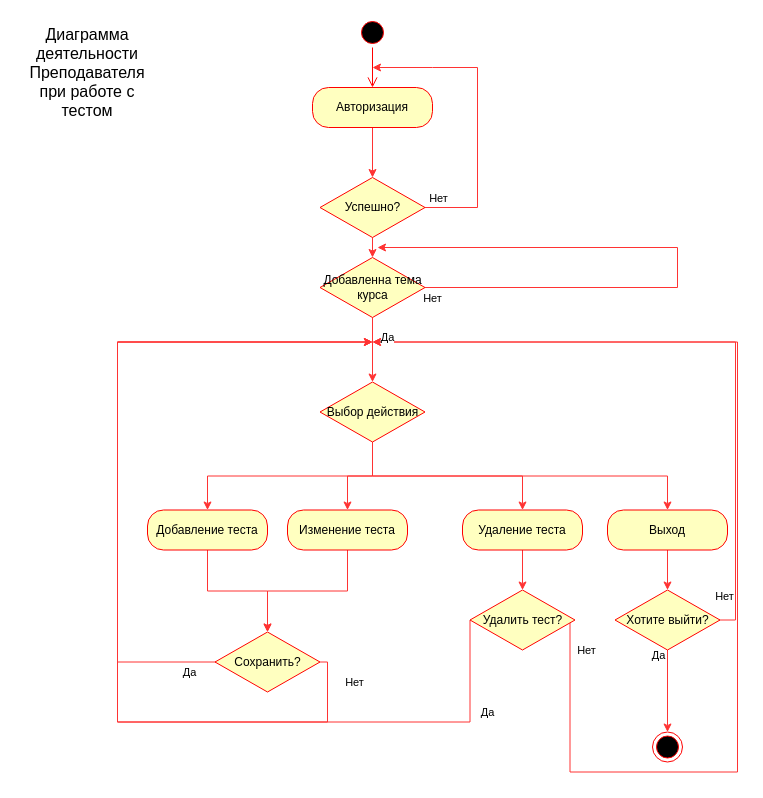
Before: page "Activity Teacher - Test" (13 of 14) of UML.drawio in FaridunSalimzoda/myvkr, a draw.io diagram. Source tidied: cells renumbered, new cells numbered last; positions are measured from the earlier drawing's top-left corner, leaving out a move shared by most shapes. Both pictures are drawn from the tidied source at 100%, with x=0, y=0 at pixel (17, 17).
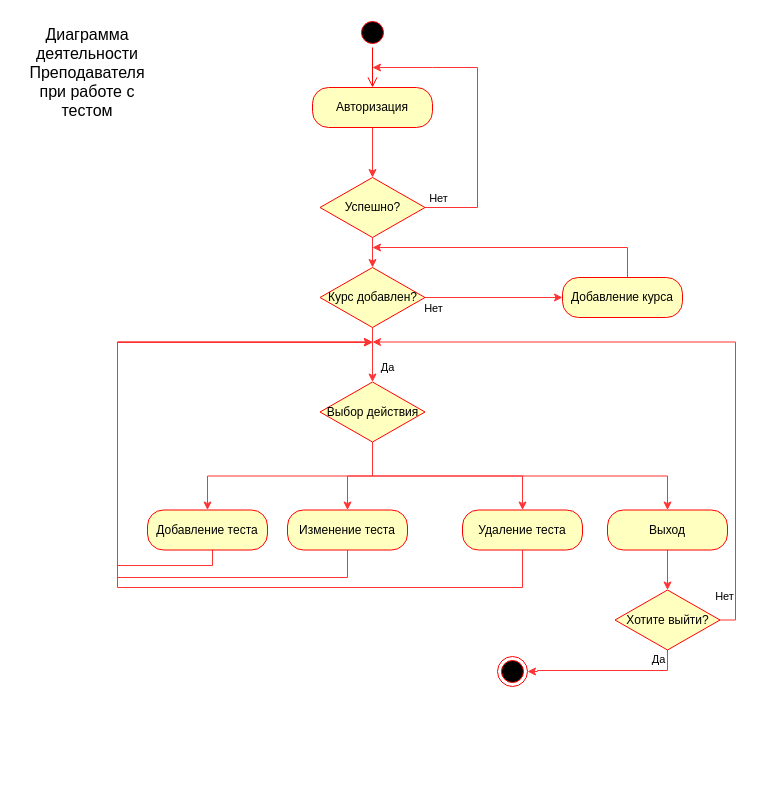
After the change.

The change refers to these unchanged cells:
```xml
<mxCell id="9" value="Успешно?" style="rhombus;whiteSpace=wrap;html=1;fillColor=#ffffc0;strokeColor=#ff0000;" parent="1" vertex="1">
  <mxGeometry x="302.5" y="160" width="105" height="60" as="geometry" />
</mxCell>
<mxCell id="12" value="Добавление теста" style="rounded=1;whiteSpace=wrap;html=1;arcSize=40;fontColor=#000000;fillColor=#ffffc0;strokeColor=#ff0000;" parent="1" vertex="1">
  <mxGeometry x="130" y="492.5" width="120" height="40" as="geometry" />
</mxCell>
<mxCell id="14" value="Изменение теста" style="rounded=1;whiteSpace=wrap;html=1;arcSize=40;fontColor=#000000;fillColor=#ffffc0;strokeColor=#ff0000;" parent="1" vertex="1">
  <mxGeometry x="270" y="492.5" width="120" height="40" as="geometry" />
</mxCell>
<mxCell id="16" value="Удаление теста" style="rounded=1;whiteSpace=wrap;html=1;arcSize=40;fontColor=#000000;fillColor=#ffffc0;strokeColor=#ff0000;" parent="1" vertex="1">
  <mxGeometry x="445" y="492.5" width="120" height="40" as="geometry" />
</mxCell>
<mxCell id="33" value="Хотите выйти?" style="rhombus;whiteSpace=wrap;html=1;fillColor=#ffffc0;strokeColor=#ff0000;" parent="1" vertex="1">
  <mxGeometry x="597.5" y="572.5" width="105" height="60" as="geometry" />
</mxCell>
<mxCell id="38" value="Выбор действия" style="rhombus;whiteSpace=wrap;html=1;fillColor=#ffffc0;strokeColor=#ff0000;" parent="1" vertex="1">
  <mxGeometry x="302.5" y="364.5" width="105" height="60" as="geometry" />
</mxCell>
```

Change to the diagram source:
```diff
@@
-    <mxCell id="8" style="edgeStyle=orthogonalEdgeStyle;rounded=0;jettySize=auto;html=1;exitX=0.5;exitY=1;exitDx=0;exitDy=0;entryX=0.5;entryY=0;entryDx=0;entryDy=0;strokeColor=#FF3333;" parent="1" edge="1" source="9" target="42">
+    <mxCell id="8" style="edgeStyle=orthogonalEdgeStyle;rounded=0;jettySize=auto;html=1;exitX=0.5;exitY=1;exitDx=0;exitDy=0;entryX=0.5;entryY=0;entryDx=0;entryDy=0;strokeColor=#FF3333;" parent="1" edge="1" source="9" target="46">
       <mxGeometry relative="1" as="geometry" />
     </mxCell>
@@
-    <mxCell id="11" style="edgeStyle=orthogonalEdgeStyle;rounded=0;jettySize=auto;html=1;exitX=0.5;exitY=1;exitDx=0;exitDy=0;entryX=0.5;entryY=0;entryDx=0;entryDy=0;strokeColor=#FF3333;" parent="1" edge="1" source="12" target="22">
-      <mxGeometry relative="1" as="geometry" />
-    </mxCell>
+    <mxCell id="43" style="edgeStyle=orthogonalEdgeStyle;rounded=0;orthogonalLoop=1;jettySize=auto;html=1;exitX=0.5;exitY=1;exitDx=0;exitDy=0;strokeColor=#FF3333;" parent="1" edge="1">
+      <mxGeometry relative="1" as="geometry">
+        <mxPoint x="195" y="527.5" as="sourcePoint" />
+        <mxPoint x="355" y="325" as="targetPoint" />
+        <Array as="points">
+          <mxPoint x="195" y="548" />
+          <mxPoint x="100" y="548" />
+          <mxPoint x="100" y="325" />
+        </Array>
+      </mxGeometry>
+    </mxCell>
@@
-    <mxCell id="13" style="edgeStyle=orthogonalEdgeStyle;rounded=0;jettySize=auto;html=1;exitX=0.5;exitY=1;exitDx=0;exitDy=0;entryX=0.5;entryY=0;entryDx=0;entryDy=0;strokeColor=#FF3333;" parent="1" edge="1" source="14" target="22">
-      <mxGeometry relative="1" as="geometry" />
-    </mxCell>
@@
-    <mxCell id="15" style="edgeStyle=orthogonalEdgeStyle;rounded=0;jettySize=auto;html=1;exitX=0.5;exitY=1;exitDx=0;exitDy=0;strokeColor=#FF3333;entryX=0.5;entryY=0;entryDx=0;entryDy=0;" parent="1" edge="1" source="16" target="27">
-      <mxGeometry relative="1" as="geometry" />
-    </mxCell>
@@
-    <mxCell id="19" value="Да" style="edgeStyle=orthogonalEdgeStyle;rounded=0;orthogonalLoop=1;jettySize=auto;html=1;exitX=0;exitY=0.5;exitDx=0;exitDy=0;strokeColor=#FF3333;" parent="1" edge="1">
-      <mxGeometry x="-0.92" y="10" relative="1" as="geometry">
-        <mxPoint x="198.5" y="644.5" as="sourcePoint" />
-        <mxPoint x="355" y="324.5" as="targetPoint" />
-        <Array as="points">
-          <mxPoint x="100" y="644.5" />
-          <mxPoint x="100" y="324.5" />
-        </Array>
-      </mxGeometry>
-    </mxCell>
-    <mxCell id="20" style="edgeStyle=orthogonalEdgeStyle;rounded=0;jettySize=auto;html=1;exitX=1;exitY=0.5;exitDx=0;exitDy=0;strokeColor=#FF3333;" parent="1" edge="1" source="22">
+    <mxCell id="20" style="edgeStyle=orthogonalEdgeStyle;rounded=0;jettySize=auto;html=1;exitX=0.5;exitY=1;exitDx=0;exitDy=0;strokeColor=#FF3333;" parent="1" edge="1" source="14">
       <mxGeometry relative="1" as="geometry">
         <mxPoint x="355" y="324.5" as="targetPoint" />
         <Array as="points">
-          <mxPoint x="310" y="644.5" />
-          <mxPoint x="310" y="704.5" />
-          <mxPoint x="100" y="704.5" />
-          <mxPoint x="100" y="324.5" />
+          <mxPoint x="330" y="560" />
+          <mxPoint x="100" y="560" />
+          <mxPoint x="100" y="324" />
         </Array>
       </mxGeometry>
     </mxCell>
-    <mxCell id="21" value="Нет" style="edgeLabel;html=1;align=center;verticalAlign=middle;" parent="20" vertex="1">
-      <mxGeometry x="-0.84" relative="1" as="geometry">
-        <mxPoint x="32" y="-40" as="offset" />
-      </mxGeometry>
-    </mxCell>
-    <mxCell id="22" value="Сохранить?" style="rhombus;whiteSpace=wrap;html=1;fillColor=#ffffc0;strokeColor=#ff0000;" parent="1" vertex="1">
-      <mxGeometry x="197.5" y="614.5" width="105" height="60" as="geometry" />
-    </mxCell>
-    <mxCell id="23" style="edgeStyle=orthogonalEdgeStyle;rounded=0;jettySize=auto;html=1;exitX=0;exitY=0.5;exitDx=0;exitDy=0;strokeColor=#FF3333;" parent="1" edge="1" source="27">
-      <mxGeometry relative="1" as="geometry">
-        <mxPoint x="355" y="324.5" as="targetPoint" />
-        <Array as="points">
-          <mxPoint x="453" y="704.5" />
-          <mxPoint x="100" y="704.5" />
-          <mxPoint x="100" y="324.5" />
-        </Array>
-      </mxGeometry>
-    </mxCell>
-    <mxCell id="24" value="Да" style="edgeLabel;html=1;align=center;verticalAlign=middle;" parent="23" vertex="1">
-      <mxGeometry x="-0.81" y="-1" relative="1" as="geometry">
-        <mxPoint x="19" y="-9" as="offset" />
-      </mxGeometry>
-    </mxCell>
-    <mxCell id="25" style="edgeStyle=orthogonalEdgeStyle;rounded=0;orthogonalLoop=1;jettySize=auto;html=1;exitX=1;exitY=0.5;exitDx=0;exitDy=0;strokeColor=#FF3333;" parent="1" edge="1">
+    <mxCell id="25" style="edgeStyle=orthogonalEdgeStyle;rounded=0;jettySize=auto;html=1;exitX=0.5;exitY=1;exitDx=0;exitDy=0;strokeColor=#FF3333;" parent="1" edge="1" source="16">
       <mxGeometry relative="1" as="geometry">
-        <mxPoint x="552.5" y="602.5" as="sourcePoint" />
         <mxPoint x="355" y="324.5" as="targetPoint" />
         <Array as="points">
-          <mxPoint x="553" y="754.5" />
-          <mxPoint x="720" y="754.5" />
-          <mxPoint x="720" y="324.5" />
+          <mxPoint x="505" y="570" />
+          <mxPoint x="100" y="570" />
+          <mxPoint x="100" y="324" />
         </Array>
       </mxGeometry>
     </mxCell>
-    <mxCell id="26" value="Нет" style="edgeLabel;html=1;align=center;verticalAlign=middle;" parent="25" vertex="1">
-      <mxGeometry x="-0.44" y="-2" relative="1" as="geometry">
-        <mxPoint x="-144" y="-124" as="offset" />
-      </mxGeometry>
-    </mxCell>
-    <mxCell id="27" value="Удалить тест?" style="rhombus;whiteSpace=wrap;html=1;fillColor=#ffffc0;strokeColor=#ff0000;" parent="1" vertex="1">
-      <mxGeometry x="452.5" y="572.5" width="105" height="60" as="geometry" />
-    </mxCell>
     <mxCell id="28" style="ellipse;html=1;shape=endState;fillColor=#000000;strokeColor=#ff0000;" parent="1" vertex="1">
-      <mxGeometry x="635" y="714.5" width="30" height="30" as="geometry" />
+      <mxGeometry x="480" y="639" width="30" height="30" as="geometry" />
     </mxCell>
-    <mxCell id="29" style="edgeStyle=orthogonalEdgeStyle;rounded=0;jettySize=auto;html=1;exitX=0.5;exitY=1;exitDx=0;exitDy=0;strokeColor=#FF3333;entryX=0.5;entryY=0;entryDx=0;entryDy=0;" parent="1" edge="1" source="33" target="28">
-      <mxGeometry relative="1" as="geometry" />
+    <mxCell id="29" style="edgeStyle=orthogonalEdgeStyle;rounded=0;jettySize=auto;html=1;exitX=0.5;exitY=1;exitDx=0;exitDy=0;strokeColor=#FF3333;entryX=1;entryY=0.5;entryDx=0;entryDy=0;" parent="1" edge="1" source="33" target="28">
+      <mxGeometry relative="1" as="geometry">
+        <Array as="points">
+          <mxPoint x="650" y="653" />
+          <mxPoint x="520" y="653" />
+        </Array>
+      </mxGeometry>
     </mxCell>
@@
-    <mxCell id="39" value="Да" style="edgeStyle=orthogonalEdgeStyle;rounded=0;jettySize=auto;html=1;exitX=0.5;exitY=1;exitDx=0;exitDy=0;strokeColor=#FF3333;" parent="1" edge="1" source="42" target="38">
-      <mxGeometry x="-0.38" y="15" relative="1" as="geometry" />
+    <mxCell id="39" value="Да" style="edgeStyle=orthogonalEdgeStyle;rounded=0;jettySize=auto;html=1;exitX=0.5;exitY=1;exitDx=0;exitDy=0;strokeColor=#FF3333;" parent="1" edge="1" source="46" target="38">
+      <mxGeometry x="0.47" y="15" relative="1" as="geometry" />
     </mxCell>
-    <mxCell id="40" style="edgeStyle=orthogonalEdgeStyle;rounded=0;jettySize=auto;html=1;exitX=1;exitY=0.5;exitDx=0;exitDy=0;strokeColor=#FF3333;" parent="1" edge="1" source="42">
-      <mxGeometry relative="1" as="geometry">
-        <mxPoint x="360" y="230" as="targetPoint" />
-        <Array as="points">
-          <mxPoint x="660" y="270" />
-          <mxPoint x="660" y="230" />
-        </Array>
-      </mxGeometry>
-    </mxCell>
-    <mxCell id="41" value="Нет" style="edgeLabel;html=1;align=center;verticalAlign=middle;" parent="40" vertex="1">
-      <mxGeometry x="-0.96" y="1" relative="1" as="geometry">
-        <mxPoint x="-5" y="11" as="offset" />
-      </mxGeometry>
-    </mxCell>
-    <mxCell id="42" value="Добавленна тема курса" style="rhombus;whiteSpace=wrap;html=1;fillColor=#ffffc0;strokeColor=#ff0000;" parent="1" vertex="1">
-      <mxGeometry x="302.5" y="240" width="105" height="60" as="geometry" />
-    </mxCell>
+    <mxCell id="44" style="edgeStyle=orthogonalEdgeStyle;rounded=0;jettySize=auto;html=1;exitX=1;exitY=0.5;exitDx=0;exitDy=0;strokeColor=#FF3333;entryX=0;entryY=0.5;entryDx=0;entryDy=0;" parent="1" edge="1" source="46" target="48">
+      <mxGeometry relative="1" as="geometry" />
+    </mxCell>
+    <mxCell id="45" value="Нет" style="edgeLabel;html=1;align=center;verticalAlign=middle;" parent="44" vertex="1">
+      <mxGeometry x="-0.72" y="2" relative="1" as="geometry">
+        <mxPoint x="-11" y="12" as="offset" />
+      </mxGeometry>
+    </mxCell>
+    <mxCell id="46" value="Курс добавлен?" style="rhombus;whiteSpace=wrap;html=1;fillColor=#ffffc0;strokeColor=#ff0000;" parent="1" vertex="1">
+      <mxGeometry x="302.5" y="250" width="105" height="60" as="geometry" />
+    </mxCell>
+    <mxCell id="47" style="edgeStyle=orthogonalEdgeStyle;rounded=0;orthogonalLoop=1;jettySize=auto;html=1;strokeColor=#FF3333;" parent="1" edge="1">
+      <mxGeometry relative="1" as="geometry">
+        <mxPoint x="610" y="260" as="sourcePoint" />
+        <mxPoint x="355" y="230" as="targetPoint" />
+        <Array as="points">
+          <mxPoint x="610" y="230" />
+        </Array>
+      </mxGeometry>
+    </mxCell>
+    <mxCell id="48" value="Добавление курса" style="rounded=1;whiteSpace=wrap;html=1;arcSize=40;fontColor=#000000;fillColor=#ffffc0;strokeColor=#ff0000;" parent="1" vertex="1">
+      <mxGeometry x="545" y="260" width="120" height="40" as="geometry" />
+    </mxCell>
```
